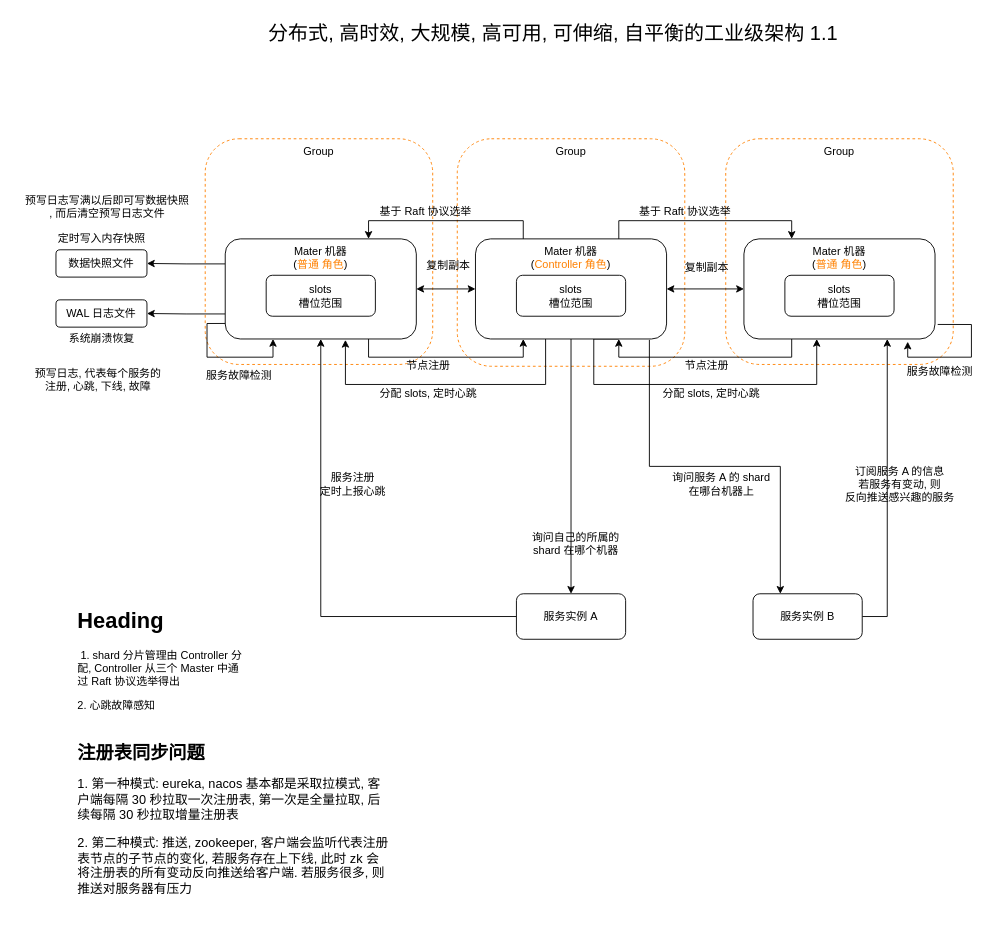
The draw.io diagram page "高性能服务注册中心架构 1.1" (3 of 3) of doc/arch.drawio in linkypi/my-registry, before the edit. Source tidied: cells renumbered, new cells numbered last; positions are measured from the earlier drawing's top-left corner, leaving out a move shared by most shapes. Both pictures are drawn from the tidied source at 91%, with x=0, y=0 at pixel (15, 15).
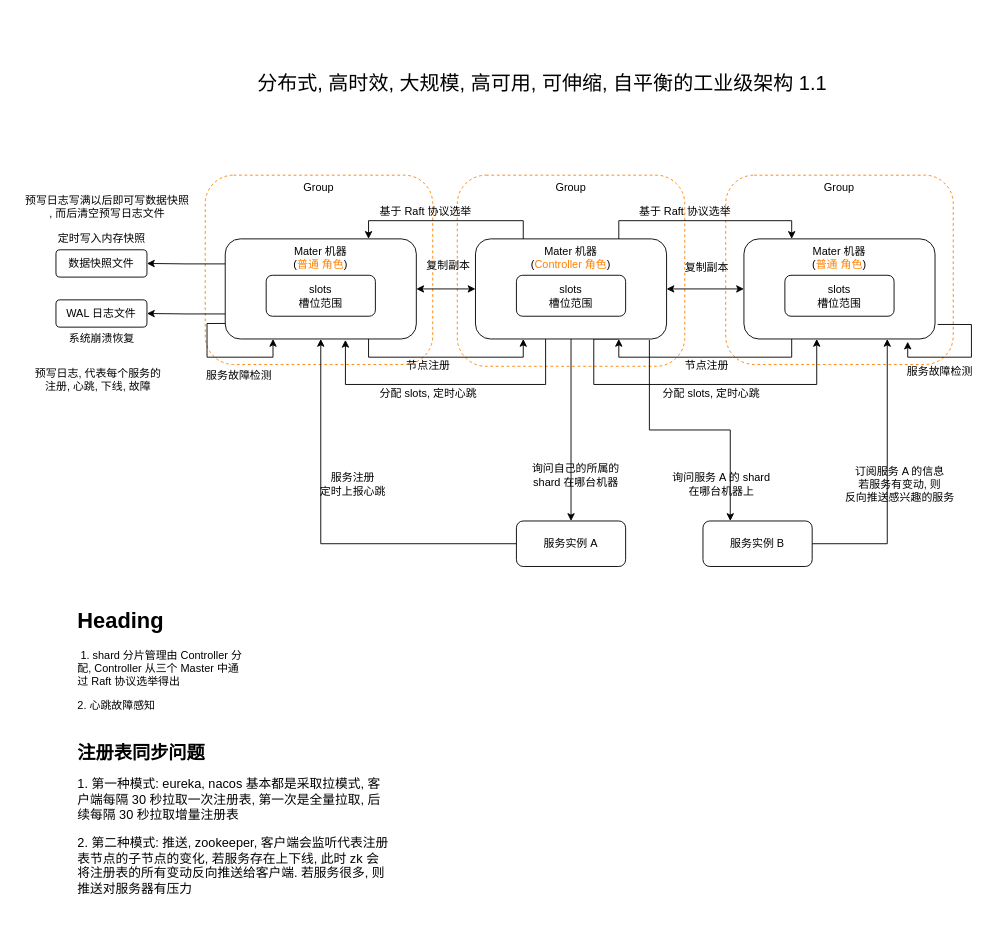
Above is the later version.

What changed in the source:
```diff
@@
     <mxCell id="2" value="Group" style="rounded=1;whiteSpace=wrap;html=1;verticalAlign=top;dashed=1;strokeColor=#FF8000;" parent="1" vertex="1">
-      <mxGeometry x="208" y="135" width="250" height="248" as="geometry" />
+      <mxGeometry x="208" y="175" width="250" height="208" as="geometry" />
     </mxCell>
     <mxCell id="3" value="Group" style="rounded=1;whiteSpace=wrap;html=1;verticalAlign=top;dashed=1;strokeColor=#FF8000;" parent="1" vertex="1">
-      <mxGeometry x="780" y="135" width="250" height="248" as="geometry" />
+      <mxGeometry x="780" y="175" width="250" height="208" as="geometry" />
     </mxCell>
     <mxCell id="4" value="Group" style="rounded=1;whiteSpace=wrap;html=1;verticalAlign=top;dashed=1;strokeColor=#FF8000;" parent="1" vertex="1">
-      <mxGeometry x="485" y="135" width="250" height="250" as="geometry" />
+      <mxGeometry x="485" y="175" width="250" height="210" as="geometry" />
     </mxCell>
@@
     <mxCell id="28" value="服务实例 A" style="rounded=1;whiteSpace=wrap;html=1;" parent="1" vertex="1">
-      <mxGeometry x="550" y="635" width="120" height="50" as="geometry" />
+      <mxGeometry x="550" y="555" width="120" height="50" as="geometry" />
     </mxCell>
@@
-    <mxCell id="30" value="询问自己的所属的 &lt;br&gt;shard 在哪个机器" style="text;html=1;align=center;verticalAlign=middle;" parent="1" vertex="1">
-      <mxGeometry x="560" y="565" width="110" height="30" as="geometry" />
+    <mxCell id="30" value="询问自己的所属的 &lt;br&gt;shard 在哪台机器" style="text;html=1;align=center;verticalAlign=middle;" parent="1" vertex="1">
+      <mxGeometry x="555" y="485" width="120" height="40" as="geometry" />
     </mxCell>
@@
     <mxCell id="41" value="服务实例 B" style="rounded=1;whiteSpace=wrap;html=1;" parent="1" vertex="1">
-      <mxGeometry x="810" y="635" width="120" height="50" as="geometry" />
+      <mxGeometry x="755" y="555" width="120" height="50" as="geometry" />
     </mxCell>
@@
     <mxCell id="51" value="分布式, 高时效, 大规模, 高可用, 可伸缩, 自平衡的工业级架构 1.1" style="text;html=1;align=center;verticalAlign=middle;fontSize=22;" parent="1" vertex="1">
-      <mxGeometry x="265" width="650" height="40" as="geometry" />
+      <mxGeometry x="253" y="55" width="650" height="40" as="geometry" />
     </mxCell>
```
